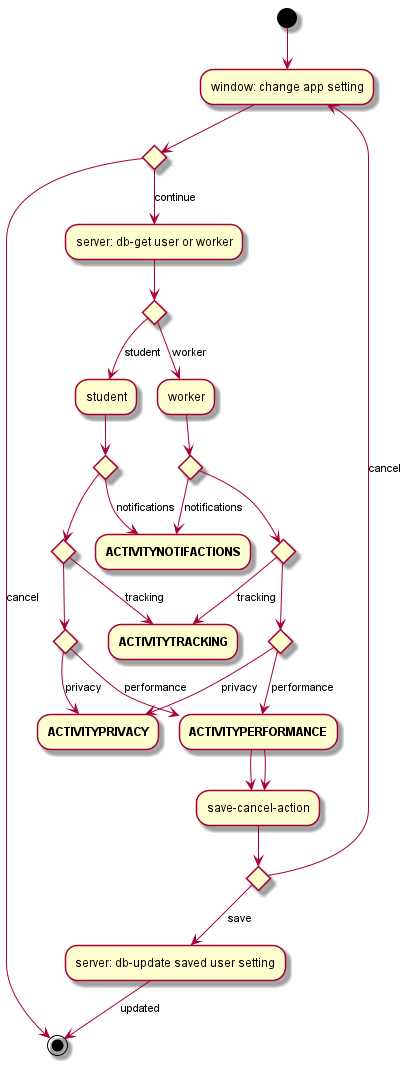
This is docs/architecture/activity_diagrams/settings/ACTIVITYAPPSETTINGS.png from 0K5/campusfinder, a PlantUML export, as it was before one commit. Source of this version:
```plantuml
@startuml
(*) --> "window: change app setting"
if "" then
--> [cancel] (*)
else
--> [continue] "server: db-get user or worker"
if "" then
    --> [worker] "worker"
    if "" then
        --> [notifications] "**ACTIVITYNOTIFACTIONS**"
    else
        if "" then
            --> [tracking] "**ACTIVITYTRACKING**"
        else
            if "" then
                --> [privacy] "**ACTIVITYPRIVACY**"
            else
                --> [performance] "**ACTIVITYPERFORMANCE**"
                --> "save-cancel-action"
                if "" then
                    --> [save] "server: db-update saved user setting"
                    --> [updated] (*)
                else
                    --> [cancel] "window: change app setting"
                Endif
            Endif
        Endif
    Endif
else
    --> [student] "student"
    if "" then
        --> [notifications] "**ACTIVITYNOTIFACTIONS**"
    else
        if "" then
            --> [tracking] "**ACTIVITYTRACKING**"
        else
            if "" then
                --> [privacy] "**ACTIVITYPRIVACY**"
            else
                --> [performance] "**ACTIVITYPERFORMANCE**"
                --> "save-cancel-action"
            Endif
        Endif
    Endif
Endif
Endif
@enduml
```
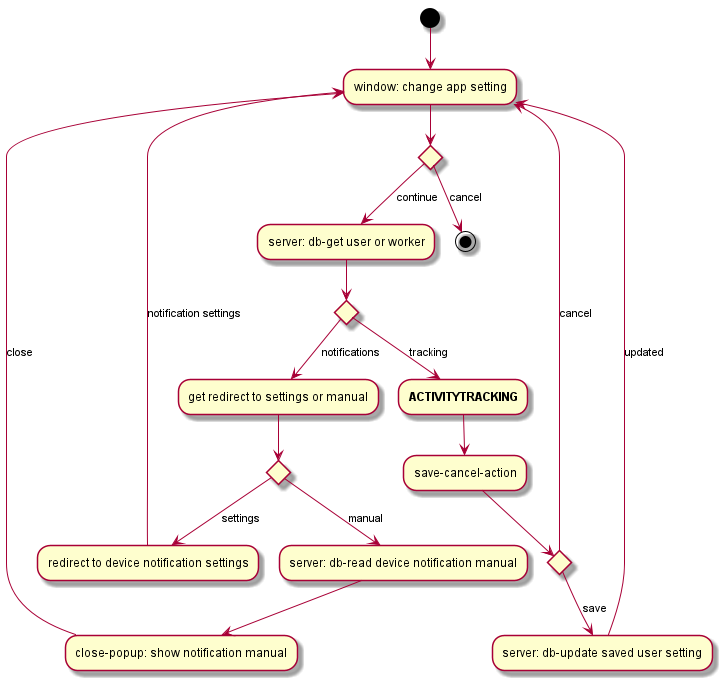
The same diagram one commit later.

Change to the diagram source:
```diff
@@ -5,42 +5,23 @@
 else
 --> [continue] "server: db-get user or worker"
 if "" then
-    --> [worker] "worker"
+    --> [notifications] "get redirect to settings or manual"
     if "" then
-        --> [notifications] "**ACTIVITYNOTIFACTIONS**"
+        --> [manual] "server: db-read device notification manual"
+        --> "close-popup: show notification manual"
+        --> [close] "window: change app setting"
     else
-        if "" then
-            --> [tracking] "**ACTIVITYTRACKING**"
-        else
-            if "" then
-                --> [privacy] "**ACTIVITYPRIVACY**"
-            else
-                --> [performance] "**ACTIVITYPERFORMANCE**"
-                --> "save-cancel-action"
-                if "" then
-                    --> [save] "server: db-update saved user setting"
-                    --> [updated] (*)
-                else
-                    --> [cancel] "window: change app setting"
-                Endif
-            Endif
-        Endif
+        --> [settings] "redirect to device notification settings"
+        --> [notification settings] "window: change app setting"
     Endif
 else
-    --> [student] "student"
+    --> [tracking] "**ACTIVITYTRACKING**"
+    --> "save-cancel-action"
     if "" then
-        --> [notifications] "**ACTIVITYNOTIFACTIONS**"
+        --> [save] "server: db-update saved user setting"
+        --> [updated] "window: change app setting"
     else
-        if "" then
-            --> [tracking] "**ACTIVITYTRACKING**"
-        else
-            if "" then
-                --> [privacy] "**ACTIVITYPRIVACY**"
-            else
-                --> [performance] "**ACTIVITYPERFORMANCE**"
-                --> "save-cancel-action"
-            Endif
-        Endif
+        --> [cancel] "window: change app setting"
     Endif
 Endif
 Endif
```
